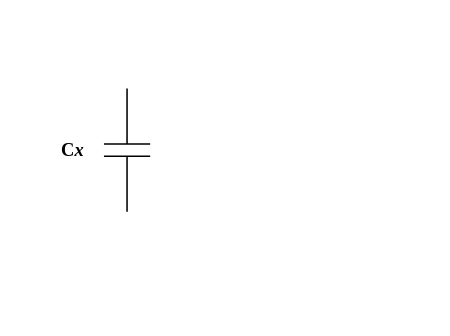
mt-perform/schematics keeps this draw.io diagram as Hartley oscillator.drawio. Above is the earlier version. Source tidied: cells renumbered, new cells numbered last; positions are measured from the earlier drawing's top-left corner, leaving out a move shared by most shapes. Both pictures are drawn from the tidied source at 154%, with x=0, y=0 at pixel (26, 126).
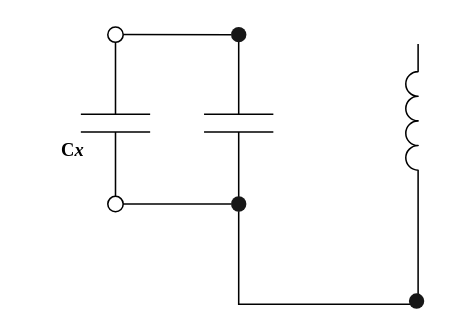
The same diagram, later.

Commit message (it also covers changes not shown here):
Hartley oscillator.drawio を更新します

Change to the diagram source:
```diff
@@
 <mxGraphModel>
   <root>
     <mxCell id="0" />
     <mxCell id="1" parent="0" />
+    <mxCell id="4" style="endArrow=none;html=1;rounded=0;fontFamily=Times New Roman;" parent="1" edge="1">
+      <mxGeometry relative="1" as="geometry">
+        <mxPoint x="60" y="-60.1" as="sourcePoint" />
+        <mxPoint x="132.5" y="-60" as="targetPoint" />
+      </mxGeometry>
+    </mxCell>
+    <mxCell id="5" style="endArrow=none;html=1;rounded=0;fontFamily=Times New Roman;" parent="1" edge="1" target="10">
+      <mxGeometry relative="1" as="geometry">
+        <mxPoint x="60" y="49.9" as="sourcePoint" />
+      </mxGeometry>
+    </mxCell>
     <mxCell id="2" style="verticalLabelPosition=bottom;shadow=0;dashed=0;align=center;html=1;verticalAlign=top;shape=mxgraph.electrical.capacitors.capacitor_1;rotation=90;" parent="1" vertex="1">
-      <mxGeometry x="25" width="80" height="30" as="geometry" />
+      <mxGeometry y="-25" width="115" height="45" as="geometry" />
     </mxCell>
     <mxCell id="3" value="&lt;font face=&quot;Times New Roman&quot;&gt;&lt;b&gt;C&lt;i&gt;x&lt;/i&gt;&lt;/b&gt;&lt;/font&gt;" style="text;html=1;strokeColor=none;fillColor=none;align=center;verticalAlign=middle;whiteSpace=wrap;rounded=0;" parent="1" vertex="1">
       <mxGeometry width="60" height="30" as="geometry" />
     </mxCell>
+    <mxCell id="6" style="ellipse;whiteSpace=wrap;html=1;fontFamily=Times New Roman;strokeWidth=1;" parent="1" vertex="1">
+      <mxGeometry x="52.5" y="45" width="10" height="10" as="geometry" />
+    </mxCell>
+    <mxCell id="7" style="verticalLabelPosition=bottom;shadow=0;dashed=0;align=center;html=1;verticalAlign=top;shape=mxgraph.electrical.capacitors.capacitor_1;rotation=90;" parent="1" vertex="1">
+      <mxGeometry x="80" y="-25" width="115" height="45" as="geometry" />
+    </mxCell>
+    <mxCell id="8" style="ellipse;whiteSpace=wrap;html=1;fontFamily=Times New Roman;strokeWidth=1;" parent="1" vertex="1">
+      <mxGeometry x="52.5" y="-65" width="10" height="10" as="geometry" />
+    </mxCell>
+    <mxCell id="9" style="edgeStyle=orthogonalEdgeStyle;rounded=0;jettySize=auto;html=1;entryX=0;entryY=1;entryDx=0;entryDy=0;entryPerimeter=0;fontFamily=Times New Roman;endArrow=none;endFill=0;" parent="1" edge="1" source="10" target="12">
+      <mxGeometry relative="1" as="geometry">
+        <Array as="points">
+          <mxPoint x="137" y="115" />
+          <mxPoint x="254" y="115" />
+        </Array>
+      </mxGeometry>
+    </mxCell>
+    <mxCell id="10" style="ellipse;whiteSpace=wrap;html=1;fontSize=20;strokeWidth=1;align=center;strokeColor=none;fillColor=#171717;fontFamily=Times New Roman;" parent="1" vertex="1">
+      <mxGeometry x="132.5" y="45" width="10" height="10" as="geometry" />
+    </mxCell>
+    <mxCell id="11" style="ellipse;whiteSpace=wrap;html=1;fontSize=20;strokeWidth=1;align=center;strokeColor=none;fillColor=#171717;fontFamily=Times New Roman;" parent="1" vertex="1">
+      <mxGeometry x="132.5" y="-65" width="10" height="10" as="geometry" />
+    </mxCell>
+    <mxCell id="12" style="verticalLabelPosition=bottom;shadow=0;dashed=0;align=center;html=1;verticalAlign=top;shape=mxgraph.electrical.inductors.inductor_3;fontFamily=Times New Roman;strokeWidth=1;rotation=-90;" parent="1" vertex="1">
+      <mxGeometry x="200" y="-8" width="100" height="8" as="geometry" />
+    </mxCell>
+    <mxCell id="13" style="ellipse;whiteSpace=wrap;html=1;fontSize=20;strokeWidth=1;align=center;strokeColor=none;fillColor=#171717;fontFamily=Times New Roman;" parent="1" vertex="1">
+      <mxGeometry x="248" y="108" width="10" height="10" as="geometry" />
+    </mxCell>
   </root>
 </mxGraphModel>
```
